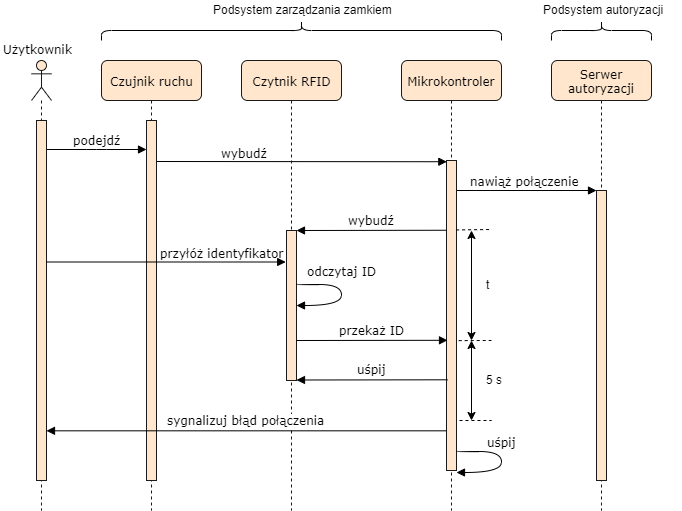
Before: docs/chapters/images/sequence3.png, a diagram exported from draw.io (adapiekarska/centralized-lock-system). Source tidied: cells renumbered, new cells last; positions are measured from the earlier drawing's top-left corner, leaving out a move shared by most shapes.
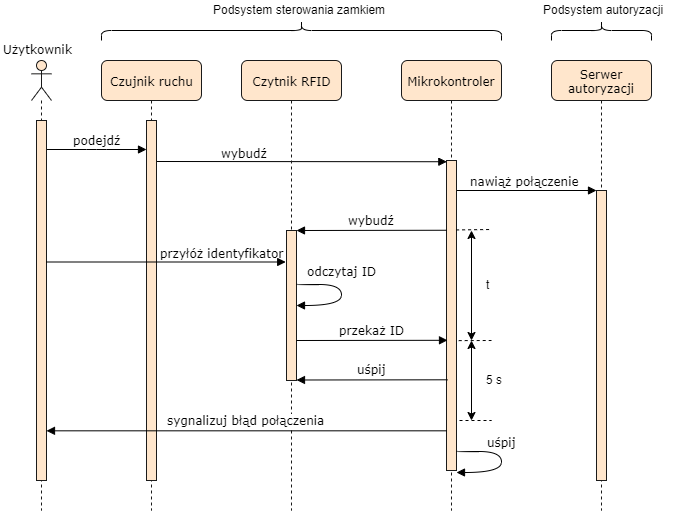
After the commit.

Diff of the diagram source:
```diff
@@ -128,7 +128,7 @@
     <mxCell id="30" style="shape=curlyBracket;whiteSpace=wrap;html=1;rounded=1;direction=south;" parent="1" vertex="1">
       <mxGeometry x="100" y="20" width="400" height="20" as="geometry" />
     </mxCell>
-    <mxCell id="31" value="Podsystem zarządzania zamkiem" style="text;html=1;align=left;verticalAlign=top;spacingTop=-4;" parent="1" vertex="1">
+    <mxCell id="31" value="Podsystem sterowania zamkiem" style="text;html=1;align=left;verticalAlign=top;spacingTop=-4;" parent="1" vertex="1">
       <mxGeometry x="210" width="190" height="20" as="geometry" />
     </mxCell>
     <mxCell id="32" style="shape=curlyBracket;whiteSpace=wrap;html=1;rounded=1;direction=south;" parent="1" vertex="1">
```
